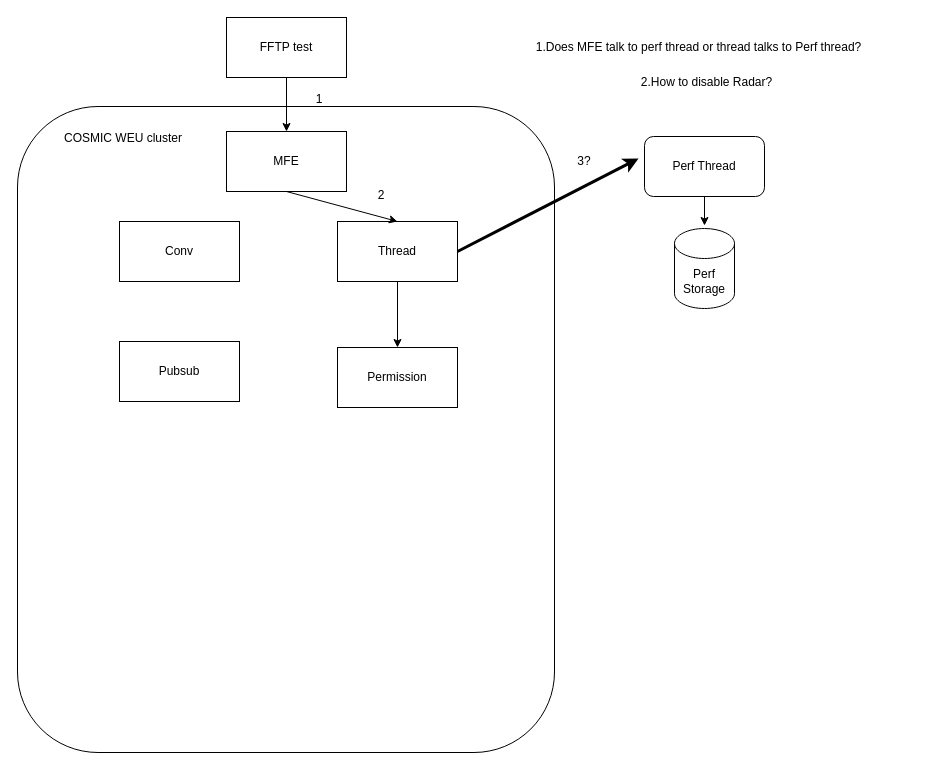
This is page "Service buildout flow details" (10 of 10) of buildout.drawio from nonly/timewheel, a draw.io file, before an edit. Source tidied: cells renumbered, new cells numbered last; positions are measured from the earlier drawing's top-left corner, leaving out a move shared by most shapes. Both pictures are drawn from the tidied source at 100%, with x=0, y=0 at pixel (17, 17).
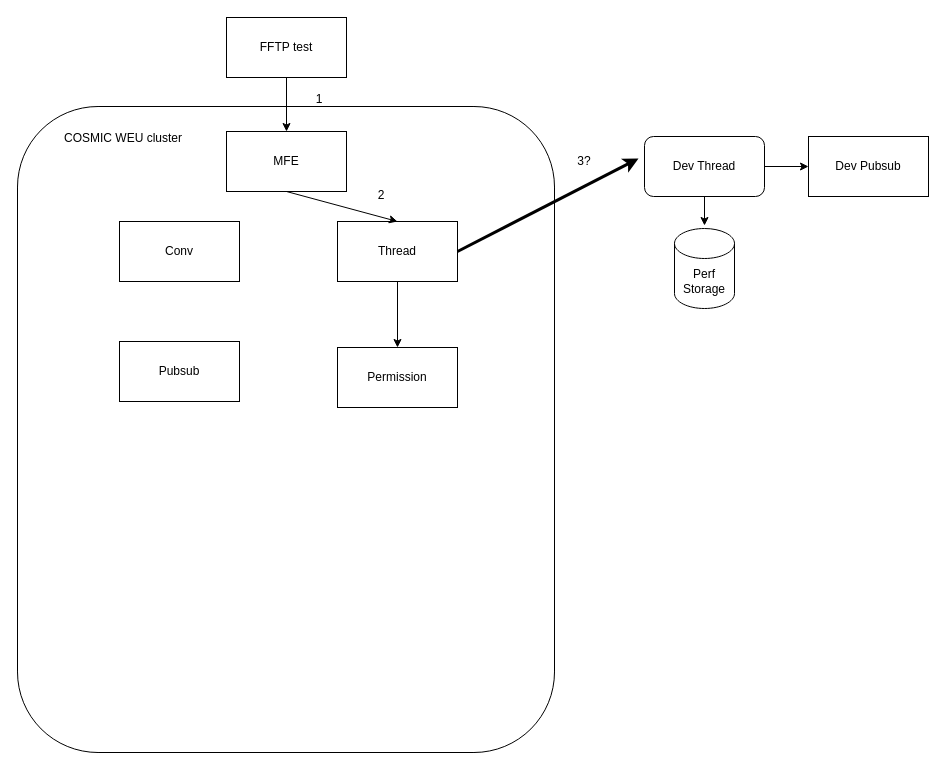
After the change.

Diff of the diagram source:
```diff
@@
-    <mxCell id="11" value="Perf Thread" style="rounded=1;whiteSpace=wrap;html=1;" parent="1" vertex="1">
+    <mxCell id="11" value="Dev Thread" style="rounded=1;whiteSpace=wrap;html=1;" parent="1" vertex="1">
       <mxGeometry x="627" y="119" width="120" height="60" as="geometry" />
     </mxCell>
@@
-    <mxCell id="20" value="1.Does MFE talk to perf thread or thread talks to Perf thread?" style="text;html=1;align=center;verticalAlign=middle;whiteSpace=wrap;rounded=0;" parent="1" vertex="1">
-      <mxGeometry x="500" y="15" width="363" height="30" as="geometry" />
-    </mxCell>
-    <mxCell id="21" value="2.How to disable Radar?" style="text;html=1;align=center;verticalAlign=middle;whiteSpace=wrap;rounded=0;" parent="1" vertex="1">
-      <mxGeometry x="508" y="50" width="363" height="30" as="geometry" />
-    </mxCell>
+    <mxCell id="22" value="Dev Pubsub" style="rounded=0;whiteSpace=wrap;html=1;" parent="1" vertex="1">
+      <mxGeometry x="791" y="119" width="120" height="60" as="geometry" />
+    </mxCell>
+    <mxCell id="23" style="endArrow=classic;html=1;rounded=0;exitX=1;exitY=0.5;exitDx=0;exitDy=0;entryX=0;entryY=0.5;entryDx=0;entryDy=0;" parent="1" edge="1" source="11" target="22">
+      <mxGeometry relative="1" as="geometry" />
+    </mxCell>
```
